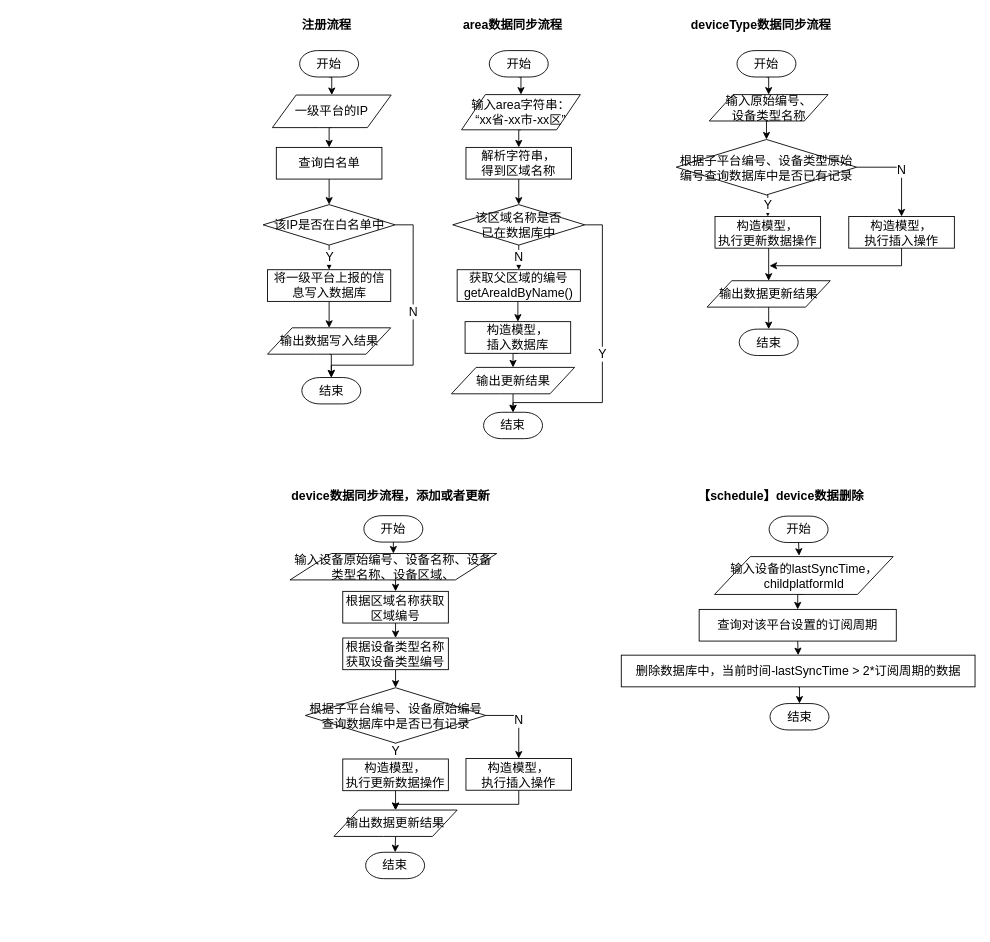
Earlier version of the draw.io diagram IOTManage/flow-access.drawio (waterwatermelon/graph). Source tidied: cells renumbered, new cells numbered last; positions are measured from the earlier drawing's top-left corner, leaving out a move shared by most shapes. Both pictures are drawn from the tidied source at 88%, with x=0, y=0 at pixel (262, 15).
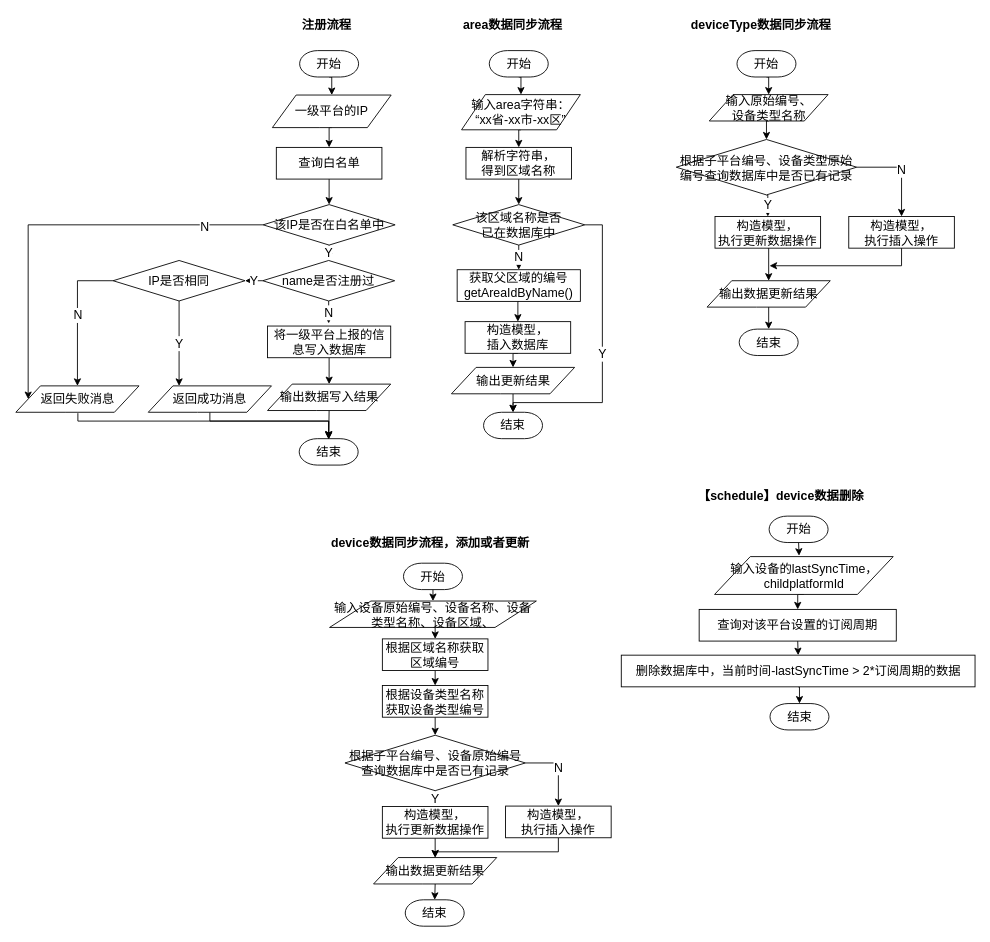
After the change.

Commit message:
更新注册流程

The change refers to these unchanged cells:
```xml
<mxCell id="67" value="该IP是否在白名单中" style="strokeWidth=1;html=1;shape=mxgraph.flowchart.decision;whiteSpace=wrap;rounded=1;comic=0;fontSize=14;spacing=2;" parent="1" vertex="1">
  <mxGeometry x="0.5" y="215" width="150" height="46" as="geometry" />
</mxCell>
```

Change to the diagram source:
```diff
@@
     <mxCell id="35" value="&lt;span style=&quot;font-size: 14px&quot;&gt;输入设备原始编号、设备名称、设备类型名称、设备区域、&lt;/span&gt;" style="shape=parallelogram;perimeter=parallelogramPerimeter;whiteSpace=wrap;html=1;rounded=1;comic=0;arcSize=0;fontSize=14;" parent="1" vertex="1">
-      <mxGeometry x="31" y="611.5" width="235" height="30" as="geometry" />
+      <mxGeometry x="76" y="665.5" width="235" height="30" as="geometry" />
     </mxCell>
@@
     <mxCell id="38" value="根据子平台编号、设备原始编号查询数据库中是否已有记录" style="strokeWidth=1;html=1;shape=mxgraph.flowchart.decision;whiteSpace=wrap;rounded=1;comic=0;fontSize=14;spacing=2;" parent="1" vertex="1">
-      <mxGeometry x="48.5" y="764" width="205" height="63" as="geometry" />
+      <mxGeometry x="93.5" y="818" width="205" height="63" as="geometry" />
     </mxCell>
@@
     <mxCell id="40" value="开始" style="strokeWidth=1;html=1;shape=mxgraph.flowchart.terminator;whiteSpace=wrap;rounded=1;comic=0;fontSize=14;" parent="1" vertex="1">
-      <mxGeometry x="115" y="568.5" width="67" height="30" as="geometry" />
+      <mxGeometry x="160" y="622.5" width="67" height="30" as="geometry" />
     </mxCell>
     <mxCell id="41" value="结束" style="strokeWidth=1;html=1;shape=mxgraph.flowchart.terminator;whiteSpace=wrap;rounded=1;comic=0;fontSize=14;" parent="1" vertex="1">
-      <mxGeometry x="117" y="951" width="67" height="30" as="geometry" />
+      <mxGeometry x="162" y="1005" width="67" height="30" as="geometry" />
     </mxCell>
     <mxCell id="42" value="&lt;font style=&quot;font-size: 14px&quot;&gt;device数据同步流程，添加或者更新&amp;nbsp;&lt;/font&gt;" style="text;html=1;align=left;verticalAlign=top;spacingTop=-4;fontSize=14;fontStyle=1;" parent="1" vertex="1">
-      <mxGeometry x="30.5" y="535" width="240" height="20" as="geometry" />
+      <mxGeometry x="75.5" y="589" width="240" height="20" as="geometry" />
     </mxCell>
@@
     <mxCell id="44" value="&lt;span style=&quot;font-size: 14px&quot;&gt;构造模型，&lt;br style=&quot;font-size: 14px;&quot;&gt;执行更新数据操作&lt;br style=&quot;font-size: 14px;&quot;&gt;&lt;/span&gt;" style="rounded=0;whiteSpace=wrap;html=1;fontSize=14;" parent="1" vertex="1">
-      <mxGeometry x="91" y="845" width="120" height="36" as="geometry" />
+      <mxGeometry x="136" y="899" width="120" height="36" as="geometry" />
     </mxCell>
@@
     <mxCell id="46" value="输出数据更新结果" style="shape=parallelogram;perimeter=parallelogramPerimeter;whiteSpace=wrap;html=1;rounded=1;comic=0;arcSize=0;fontSize=14;" parent="1" vertex="1">
-      <mxGeometry x="81" y="903" width="140" height="30" as="geometry" />
+      <mxGeometry x="126" y="957" width="140" height="30" as="geometry" />
     </mxCell>
     <mxCell id="47" style="edgeStyle=orthogonalEdgeStyle;rounded=0;jettySize=auto;html=1;exitX=0.5;exitY=1;exitDx=0;exitDy=0;entryX=0.5;entryY=0;entryDx=0;entryDy=0;fontSize=14;" parent="1" edge="1" source="48" target="46">
       <mxGeometry relative="1" as="geometry">
         <Array as="points">
-          <mxPoint x="291.5" y="896.5" />
-          <mxPoint x="151.5" y="896.5" />
+          <mxPoint x="336.5" y="950.5" />
+          <mxPoint x="196.5" y="950.5" />
         </Array>
       </mxGeometry>
     </mxCell>
     <mxCell id="48" value="&lt;span style=&quot;font-size: 14px&quot;&gt;构造模型，&lt;br style=&quot;font-size: 14px;&quot;&gt;执行插入操作&lt;br style=&quot;font-size: 14px;&quot;&gt;&lt;/span&gt;" style="rounded=0;whiteSpace=wrap;html=1;fontSize=14;" parent="1" vertex="1">
-      <mxGeometry x="231" y="844.5" width="120" height="36" as="geometry" />
+      <mxGeometry x="276" y="898.5" width="120" height="36" as="geometry" />
     </mxCell>
@@
     <mxCell id="50" value="&lt;span style=&quot;font-size: 14px;&quot;&gt;根据设备类型名称获取设备类型编号&lt;br style=&quot;font-size: 14px;&quot;&gt;&lt;/span&gt;" style="rounded=0;whiteSpace=wrap;html=1;fontSize=14;" parent="1" vertex="1">
-      <mxGeometry x="91" y="707.5" width="120" height="36" as="geometry" />
+      <mxGeometry x="136" y="761.5" width="120" height="36" as="geometry" />
     </mxCell>
@@
     <mxCell id="52" value="&lt;span style=&quot;font-size: 14px;&quot;&gt;根据区域名称获取区域编号&lt;br style=&quot;font-size: 14px;&quot;&gt;&lt;/span&gt;" style="rounded=0;whiteSpace=wrap;html=1;fontSize=14;" parent="1" vertex="1">
-      <mxGeometry x="91" y="654.5" width="120" height="36" as="geometry" />
+      <mxGeometry x="136" y="708.5" width="120" height="36" as="geometry" />
     </mxCell>
@@
-    <mxCell id="65" value="Y&lt;br style=&quot;font-size: 14px&quot;&gt;" style="edgeStyle=orthogonalEdgeStyle;rounded=0;jettySize=auto;html=1;exitX=0.5;exitY=1;exitDx=0;exitDy=0;exitPerimeter=0;fontSize=14;" parent="1" edge="1" source="67" target="75">
-      <mxGeometry relative="1" as="geometry" />
-    </mxCell>
-    <mxCell id="66" value="N" style="edgeStyle=orthogonalEdgeStyle;rounded=0;jettySize=auto;html=1;exitX=1;exitY=0.5;exitDx=0;exitDy=0;exitPerimeter=0;entryX=0.5;entryY=0;entryDx=0;entryDy=0;entryPerimeter=0;fontSize=14;" parent="1" edge="1" source="67" target="70">
-      <mxGeometry x="-0.17" relative="1" as="geometry">
-        <Array as="points">
-          <mxPoint x="171" y="238.5" />
-          <mxPoint x="171" y="397.5" />
-          <mxPoint x="78" y="397.5" />
-        </Array>
-      </mxGeometry>
-    </mxCell>
+    <mxCell id="78" value="Y" style="edgeStyle=orthogonalEdgeStyle;rounded=0;jettySize=auto;html=1;exitX=0.5;exitY=1;exitDx=0;exitDy=0;exitPerimeter=0;entryX=0.5;entryY=0;entryDx=0;entryDy=0;entryPerimeter=0;fontSize=14;" parent="1" edge="1" source="67" target="83">
+      <mxGeometry relative="1" as="geometry" />
+    </mxCell>
+    <mxCell id="79" style="edgeStyle=orthogonalEdgeStyle;rounded=0;jettySize=auto;html=1;exitX=0;exitY=0.5;exitDx=0;exitDy=0;exitPerimeter=0;entryX=0;entryY=0.5;entryDx=0;entryDy=0;fontSize=14;" parent="1" edge="1" source="67" target="88">
+      <mxGeometry relative="1" as="geometry" />
+    </mxCell>
+    <mxCell id="80" value="N" style="text;html=1;align=center;verticalAlign=middle;labelBackgroundColor=#ffffff;fontSize=14;" parent="79" vertex="1">
+      <mxGeometry x="-0.71" y="1" relative="1" as="geometry" />
+    </mxCell>
@@
     <mxCell id="70" value="结束" style="strokeWidth=1;html=1;shape=mxgraph.flowchart.terminator;whiteSpace=wrap;rounded=1;comic=0;fontSize=14;" parent="1" vertex="1">
-      <mxGeometry x="44.5" y="411.5" width="67" height="30" as="geometry" />
+      <mxGeometry x="41.5" y="481" width="67" height="30" as="geometry" />
     </mxCell>
@@
     <mxCell id="75" value="&lt;span style=&quot;font-size: 14px&quot;&gt;将一级平台上报的信息写入数据库&lt;br style=&quot;font-size: 14px&quot;&gt;&lt;/span&gt;" style="rounded=0;whiteSpace=wrap;html=1;fontSize=14;" parent="1" vertex="1">
-      <mxGeometry x="5.5" y="289" width="140" height="36" as="geometry" />
+      <mxGeometry x="5.5" y="353" width="140" height="36" as="geometry" />
     </mxCell>
@@
     <mxCell id="77" value="输出数据写入结果" style="shape=parallelogram;perimeter=parallelogramPerimeter;whiteSpace=wrap;html=1;rounded=1;comic=0;arcSize=0;fontSize=14;" parent="1" vertex="1">
-      <mxGeometry x="5.5" y="355" width="140" height="30" as="geometry" />
+      <mxGeometry x="5.5" y="419" width="140" height="30" as="geometry" />
     </mxCell>
+    <mxCell id="81" value="Y" style="edgeStyle=orthogonalEdgeStyle;rounded=0;jettySize=auto;html=1;exitX=0;exitY=0.5;exitDx=0;exitDy=0;exitPerimeter=0;entryX=1;entryY=0.5;entryDx=0;entryDy=0;entryPerimeter=0;fontSize=14;" parent="1" edge="1" source="83" target="86">
+      <mxGeometry relative="1" as="geometry" />
+    </mxCell>
+    <mxCell id="82" value="N" style="edgeStyle=orthogonalEdgeStyle;rounded=0;jettySize=auto;html=1;exitX=0.5;exitY=1;exitDx=0;exitDy=0;exitPerimeter=0;fontSize=14;" parent="1" edge="1" source="83">
+      <mxGeometry relative="1" as="geometry">
+        <mxPoint x="75" y="350" as="targetPoint" />
+      </mxGeometry>
+    </mxCell>
+    <mxCell id="83" value="name是否注册过" style="strokeWidth=1;html=1;shape=mxgraph.flowchart.decision;whiteSpace=wrap;rounded=1;comic=0;fontSize=14;spacing=2;" parent="1" vertex="1">
+      <mxGeometry y="278.5" width="150" height="46" as="geometry" />
+    </mxCell>
+    <mxCell id="84" value="N" style="edgeStyle=orthogonalEdgeStyle;rounded=0;jettySize=auto;html=1;exitX=0;exitY=0.5;exitDx=0;exitDy=0;exitPerimeter=0;entryX=0.5;entryY=0;entryDx=0;entryDy=0;fontSize=14;" parent="1" edge="1" source="86" target="88">
+      <mxGeometry relative="1" as="geometry" />
+    </mxCell>
+    <mxCell id="85" value="Y" style="edgeStyle=orthogonalEdgeStyle;rounded=0;jettySize=auto;html=1;exitX=0.5;exitY=1;exitDx=0;exitDy=0;exitPerimeter=0;entryX=0.25;entryY=0;entryDx=0;entryDy=0;fontSize=14;" parent="1" edge="1" source="86" target="90">
+      <mxGeometry relative="1" as="geometry" />
+    </mxCell>
+    <mxCell id="86" value="IP是否相同" style="strokeWidth=1;html=1;shape=mxgraph.flowchart.decision;whiteSpace=wrap;rounded=1;comic=0;fontSize=14;spacing=2;" parent="1" vertex="1">
+      <mxGeometry x="-170" y="278.5" width="150" height="46" as="geometry" />
+    </mxCell>
+    <mxCell id="87" style="edgeStyle=orthogonalEdgeStyle;rounded=0;orthogonalLoop=1;jettySize=auto;html=1;exitX=0.5;exitY=1;exitDx=0;exitDy=0;entryX=0.5;entryY=0;entryDx=0;entryDy=0;entryPerimeter=0;fontSize=14;" parent="1" edge="1">
+      <mxGeometry relative="1" as="geometry">
+        <mxPoint x="-210" y="452" as="sourcePoint" />
+        <mxPoint x="75" y="482" as="targetPoint" />
+        <Array as="points">
+          <mxPoint x="-210" y="461" />
+          <mxPoint x="75" y="461" />
+        </Array>
+      </mxGeometry>
+    </mxCell>
+    <mxCell id="88" value="返回失败消息" style="shape=parallelogram;perimeter=parallelogramPerimeter;whiteSpace=wrap;html=1;rounded=1;comic=0;arcSize=0;fontSize=14;" parent="1" vertex="1">
+      <mxGeometry x="-280.5" y="421" width="140" height="30" as="geometry" />
+    </mxCell>
+    <mxCell id="89" style="edgeStyle=orthogonalEdgeStyle;rounded=0;jettySize=auto;html=1;exitX=0.5;exitY=1;exitDx=0;exitDy=0;entryX=0.5;entryY=0;entryDx=0;entryDy=0;entryPerimeter=0;fontSize=14;" parent="1" edge="1" source="90" target="70">
+      <mxGeometry relative="1" as="geometry">
+        <Array as="points">
+          <mxPoint x="-60" y="461" />
+          <mxPoint x="75" y="461" />
+        </Array>
+      </mxGeometry>
+    </mxCell>
+    <mxCell id="90" value="返回成功消息" style="shape=parallelogram;perimeter=parallelogramPerimeter;whiteSpace=wrap;html=1;rounded=1;comic=0;arcSize=0;fontSize=14;" parent="1" vertex="1">
+      <mxGeometry x="-130" y="421" width="140" height="30" as="geometry" />
+    </mxCell>
```
